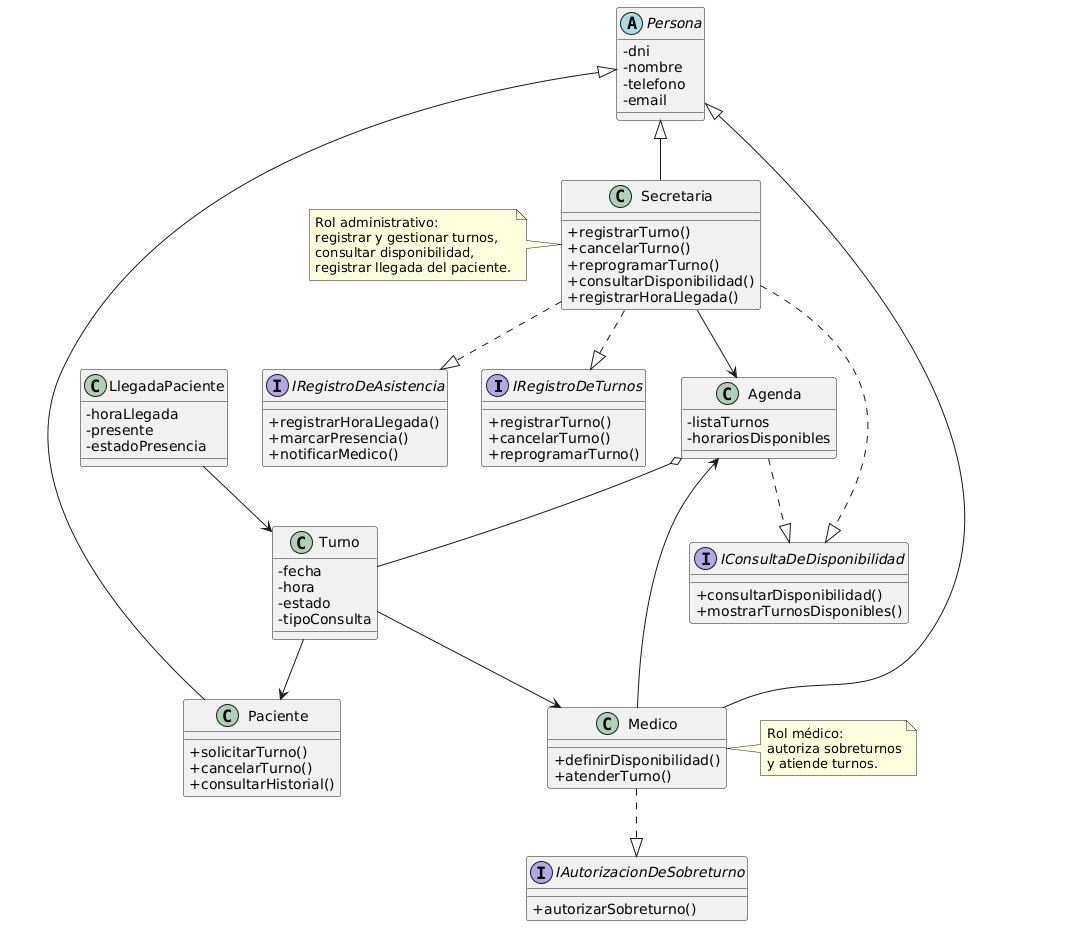
Above: diagramas/01-diagrama-clases/01-solid-04-isp.png in angelgc9107-lgtm/SistemaTurnosMedicos_GP6 (PlantUML), before the change.
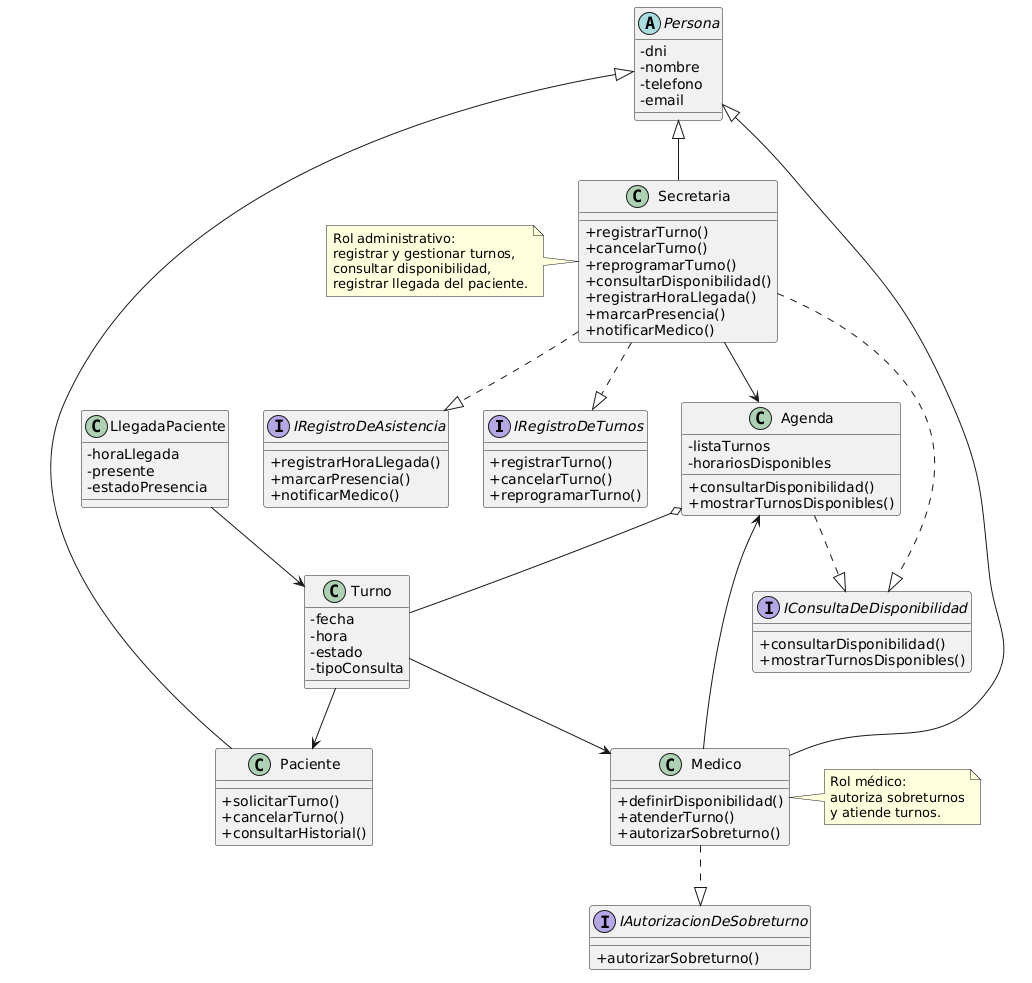
Above is the later version.

Change to the diagram source:
```diff
@@ -38,6 +38,7 @@
 class Medico {
   +definirDisponibilidad()
   +atenderTurno()
+  +autorizarSobreturno()
 }
 
 class Secretaria {
@@ -46,6 +47,8 @@
   +reprogramarTurno()
   +consultarDisponibilidad()
   +registrarHoraLlegada()
+  +marcarPresencia()
+  +notificarMedico()
 }
 
 class Turno {
@@ -58,6 +61,8 @@
 class Agenda {
   -listaTurnos
   -horariosDisponibles
+  +consultarDisponibilidad()
+  +mostrarTurnosDisponibles()
 }
 
 class LlegadaPaciente {
```
